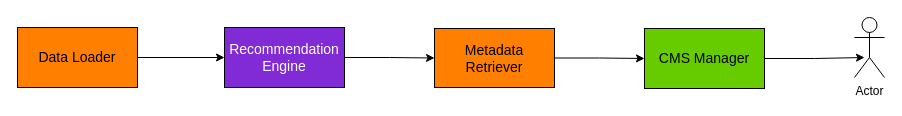
Before: recommendation-block.drawio in nevillio/hello-world, a draw.io diagram. Source tidied: cells renumbered, new cells numbered last; positions are measured from the earlier drawing's top-left corner, leaving out a move shared by most shapes. Both pictures are drawn from the tidied source at 100%, with x=0, y=0 at pixel (17, 17).
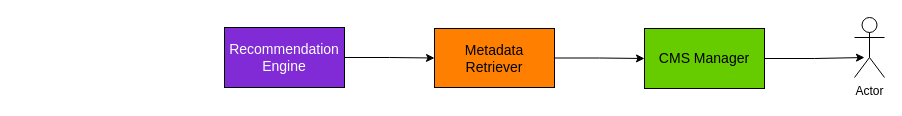
The same diagram, later.

The edit, as a diff of the source:
```diff
@@
 <mxGraphModel>
   <root>
     <mxCell id="0" />
     <mxCell id="1" parent="0" />
     <mxCell id="2" style="edgeStyle=orthogonalEdgeStyle;rounded=0;jettySize=auto;html=1;" parent="1" edge="1" source="3" target="8">
       <mxGeometry relative="1" as="geometry" />
     </mxCell>
     <mxCell id="3" value="&lt;font style=&quot;font-size: 14px;&quot; color=&quot;#ffffff&quot;&gt;Recommendation Engine&lt;/font&gt;" style="rounded=0;whiteSpace=wrap;html=1;fillColor=#812BD6;" parent="1" vertex="1">
       <mxGeometry x="207" y="10" width="120" height="60" as="geometry" />
     </mxCell>
     <mxCell id="4" style="edgeStyle=orthogonalEdgeStyle;rounded=0;jettySize=auto;html=1;" parent="1" edge="1" source="5">
       <mxGeometry relative="1" as="geometry">
         <mxPoint x="847" y="40" as="targetPoint" />
       </mxGeometry>
     </mxCell>
     <mxCell id="5" value="&lt;font style=&quot;font-size: 14px;&quot;&gt;CMS Manager&lt;/font&gt;" style="rounded=0;whiteSpace=wrap;html=1;fillColor=#66CC00;" parent="1" vertex="1">
       <mxGeometry x="627" y="11" width="120" height="60" as="geometry" />
     </mxCell>
     <mxCell id="6" value="Actor" style="shape=umlActor;verticalLabelPosition=bottom;verticalAlign=top;html=1;" parent="1" vertex="1">
       <mxGeometry x="837" width="30" height="60" as="geometry" />
     </mxCell>
     <mxCell id="7" style="edgeStyle=orthogonalEdgeStyle;rounded=0;jettySize=auto;html=1;entryX=0;entryY=0.5;entryDx=0;entryDy=0;" parent="1" edge="1" source="8" target="5">
       <mxGeometry relative="1" as="geometry" />
     </mxCell>
     <mxCell id="8" value="&lt;font style=&quot;font-size: 14px;&quot;&gt;Metadata Retriever&lt;/font&gt;" style="rounded=0;whiteSpace=wrap;html=1;fillColor=#FF8000;" parent="1" vertex="1">
       <mxGeometry x="417" y="11" width="120" height="59" as="geometry" />
     </mxCell>
-    <mxCell id="9" style="edgeStyle=orthogonalEdgeStyle;rounded=0;jettySize=auto;html=1;" parent="1" edge="1" source="10" target="3">
-      <mxGeometry relative="1" as="geometry" />
-    </mxCell>
-    <mxCell id="10" value="&lt;font style=&quot;font-size: 14px;&quot;&gt;Data Loader&lt;/font&gt;" style="rounded=0;whiteSpace=wrap;html=1;fillColor=#FF8000;" parent="1" vertex="1">
-      <mxGeometry y="10" width="120" height="60" as="geometry" />
-    </mxCell>
   </root>
 </mxGraphModel>
```
